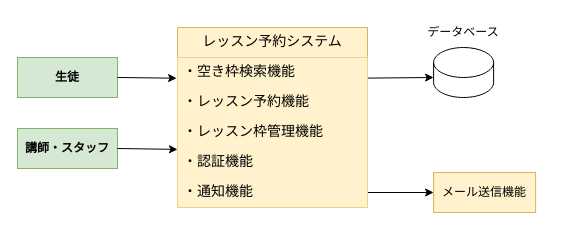
ka-sawabe/dev-process-study-notes keeps this draw.io diagram as 1_要件定義/07_システム構成概要.dio. Above is the earlier version. Source tidied: cells renumbered, new cells numbered last; positions are measured from the earlier drawing's top-left corner, leaving out a move shared by most shapes. Both pictures are drawn from the tidied source at 100%, with x=0, y=0 at pixel (17, 17).
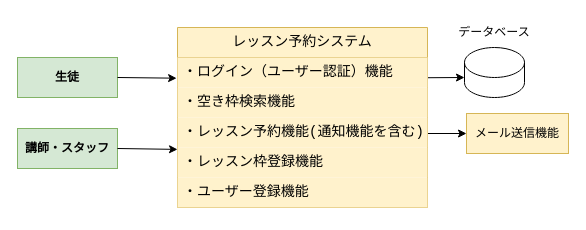
The same page after the edit.

What changed in the source:
```diff
@@
 <mxGraphModel>
   <root>
     <mxCell id="0" />
     <mxCell id="1" parent="0" />
     <mxCell id="2" style="shape=cylinder3;whiteSpace=wrap;html=1;boundedLbl=1;backgroundOutline=1;size=15;" parent="1" vertex="1">
-      <mxGeometry x="416.1" y="30" width="60" height="50" as="geometry" />
+      <mxGeometry x="447" y="30" width="60" height="50" as="geometry" />
     </mxCell>
     <mxCell id="3" value="生徒" style="rounded=0;whiteSpace=wrap;html=1;fontStyle=1;fillColor=#d5e8d4;strokeColor=#82b366;" parent="1" vertex="1">
       <mxGeometry y="40" width="100" height="40" as="geometry" />
     </mxCell>
     <mxCell id="4" value="講師・スタッフ" style="rounded=0;whiteSpace=wrap;html=1;fontStyle=1;fillColor=#d5e8d4;strokeColor=#82b366;" parent="1" vertex="1">
       <mxGeometry y="111" width="100" height="40" as="geometry" />
     </mxCell>
     <mxCell id="5" style="endArrow=classic;html=1;exitX=1;exitY=0.5;exitDx=0;exitDy=0;entryX=-0.004;entryY=0.312;entryDx=0;entryDy=0;entryPerimeter=0;" parent="1" edge="1" source="3">
       <mxGeometry relative="1" as="geometry">
         <mxPoint x="159.1" y="60.7" as="targetPoint" />
       </mxGeometry>
     </mxCell>
     <mxCell id="6" style="endArrow=classic;html=1;exitX=1;exitY=0.5;exitDx=0;exitDy=0;entryX=0;entryY=0.75;entryDx=0;entryDy=0;" parent="1" edge="1" source="4">
       <mxGeometry relative="1" as="geometry">
         <mxPoint x="160" y="131.9" as="targetPoint" />
       </mxGeometry>
     </mxCell>
     <mxCell id="7" value="データベース" style="text;html=1;align=center;verticalAlign=middle;whiteSpace=wrap;rounded=0;" parent="1" vertex="1">
-      <mxGeometry x="406.1" width="80" height="30" as="geometry" />
+      <mxGeometry x="437" width="80" height="30" as="geometry" />
     </mxCell>
     <mxCell id="8" style="endArrow=classic;html=1;entryX=0;entryY=0;entryDx=0;entryDy=30;entryPerimeter=0;exitX=1;exitY=0.25;exitDx=0;exitDy=0;" parent="1" edge="1" target="2">
       <mxGeometry relative="1" as="geometry">
         <mxPoint x="350" y="60.6" as="sourcePoint" />
       </mxGeometry>
     </mxCell>
     <mxCell id="9" value="メール送信機能" style="rounded=0;whiteSpace=wrap;html=1;fillColor=#fff2cc;strokeColor=#d6b656;" parent="1" vertex="1">
-      <mxGeometry x="416.1" y="155" width="102" height="40" as="geometry" />
+      <mxGeometry x="449" y="96" width="102" height="40" as="geometry" />
     </mxCell>
-    <mxCell id="10" style="endArrow=classic;html=1;entryX=0;entryY=0.5;entryDx=0;entryDy=0;exitX=1;exitY=0.5;exitDx=0;exitDy=0;" parent="1" edge="1" source="16" target="9">
-      <mxGeometry relative="1" as="geometry" />
+    <mxCell id="10" style="endArrow=classic;html=1;entryX=0;entryY=0.5;entryDx=0;entryDy=0;exitX=1;exitY=0.5;exitDx=0;exitDy=0;" parent="1" edge="1" target="9">
+      <mxGeometry relative="1" as="geometry">
+        <mxPoint x="410" y="116" as="sourcePoint" />
+      </mxGeometry>
     </mxCell>
     <mxCell id="11" value="&lt;div style=&quot;color: rgb(0, 0, 0); font-family: Consolas, &amp;quot;Courier New&amp;quot;, monospace; font-size: 14px; line-height: 19px; white-space: pre;&quot;&gt;&lt;span style=&quot;color: #000000;&quot;&gt;レッスン予約システム&lt;/span&gt;&lt;/div&gt;" style="swimlane;fontStyle=0;horizontal=1;startSize=30;whiteSpace=wrap;html=1;fillColor=#fff2cc;strokeColor=#d6b656;labelBackgroundColor=none;" parent="1" vertex="1">
-      <mxGeometry x="160" y="10" width="190" height="180" as="geometry" />
+      <mxGeometry x="160" y="10" width="250" height="180" as="geometry" />
     </mxCell>
+    <mxCell id="15" value="&lt;div style=&quot;color: rgb(0, 0, 0); font-family: Consolas, &amp;quot;Courier New&amp;quot;, monospace; font-size: 14px; line-height: 19px; white-space: pre;&quot;&gt;&lt;span style=&quot;color: rgb(0, 0, 0);&quot;&gt;・ログイン（ユーザー認証&lt;/span&gt;&lt;span style=&quot;color: rgb(0, 0, 0); background-color: transparent;&quot;&gt;）&lt;/span&gt;&lt;span style=&quot;background-color: transparent;&quot;&gt;機能&lt;/span&gt;&lt;/div&gt;" style="text;align=left;verticalAlign=middle;spacingLeft=4;spacingRight=4;overflow=hidden;whiteSpace=wrap;html=1;fillColor=#fff2cc;strokeColor=none;labelBackgroundColor=none;" parent="11" vertex="1">
+      <mxGeometry y="30" width="250" height="30" as="geometry" />
+    </mxCell>
     <mxCell id="12" value="&lt;div style=&quot;color: rgb(0, 0, 0); font-family: Consolas, &amp;quot;Courier New&amp;quot;, monospace; font-size: 14px; line-height: 19px; white-space: pre;&quot;&gt;&lt;span style=&quot;color: #000000;&quot;&gt;・空き枠検索機能&lt;/span&gt;&lt;/div&gt;" style="text;align=left;verticalAlign=middle;spacingLeft=4;spacingRight=4;overflow=hidden;whiteSpace=wrap;html=1;fillColor=#fff2cc;strokeColor=none;labelBackgroundColor=none;" parent="11" vertex="1">
-      <mxGeometry y="30" width="190" height="30" as="geometry" />
+      <mxGeometry y="60" width="250" height="30" as="geometry" />
     </mxCell>
-    <mxCell id="13" value="&lt;div style=&quot;color: rgb(0, 0, 0); font-family: Consolas, &amp;quot;Courier New&amp;quot;, monospace; font-size: 14px; line-height: 19px; white-space: pre;&quot;&gt;&lt;span style=&quot;color: #000000;&quot;&gt;・レッスン予約機能&lt;/span&gt;&lt;/div&gt;" style="text;align=left;verticalAlign=middle;spacingLeft=4;spacingRight=4;overflow=hidden;whiteSpace=wrap;html=1;fillColor=#fff2cc;strokeColor=none;labelBackgroundColor=none;" parent="11" vertex="1">
-      <mxGeometry y="60" width="190" height="30" as="geometry" />
+    <mxCell id="13" value="&lt;div style=&quot;color: rgb(0, 0, 0); font-family: Consolas, &amp;quot;Courier New&amp;quot;, monospace; font-size: 14px; line-height: 19px; white-space: pre;&quot;&gt;&lt;span style=&quot;color: rgb(0, 0, 0);&quot;&gt;・レッスン予約機能(通知機能を含む)&lt;/span&gt;&lt;/div&gt;" style="text;align=left;verticalAlign=middle;spacingLeft=4;spacingRight=4;overflow=hidden;whiteSpace=wrap;html=1;fillColor=#fff2cc;strokeColor=none;labelBackgroundColor=none;" parent="11" vertex="1">
+      <mxGeometry y="90" width="250" height="30" as="geometry" />
     </mxCell>
-    <mxCell id="14" value="&lt;div style=&quot;color: rgb(0, 0, 0); font-family: Consolas, &amp;quot;Courier New&amp;quot;, monospace; font-size: 14px; line-height: 19px; white-space: pre;&quot;&gt;&lt;span style=&quot;color: #000000;&quot;&gt;・レッスン枠管理機能&lt;/span&gt;&lt;/div&gt;" style="text;align=left;verticalAlign=middle;spacingLeft=4;spacingRight=4;overflow=hidden;whiteSpace=wrap;html=1;fillColor=#fff2cc;strokeColor=none;labelBackgroundColor=none;" parent="11" vertex="1">
-      <mxGeometry y="90" width="190" height="30" as="geometry" />
+    <mxCell id="14" value="&lt;div style=&quot;color: rgb(0, 0, 0); font-family: Consolas, &amp;quot;Courier New&amp;quot;, monospace; font-size: 14px; line-height: 19px; white-space: pre;&quot;&gt;&lt;span style=&quot;color: rgb(0, 0, 0);&quot;&gt;・レッスン枠登録機能&lt;/span&gt;&lt;/div&gt;" style="text;align=left;verticalAlign=middle;spacingLeft=4;spacingRight=4;overflow=hidden;whiteSpace=wrap;html=1;fillColor=#fff2cc;strokeColor=none;labelBackgroundColor=none;" parent="11" vertex="1">
+      <mxGeometry y="120" width="250" height="30" as="geometry" />
     </mxCell>
-    <mxCell id="15" value="&lt;div style=&quot;color: rgb(0, 0, 0); font-family: Consolas, &amp;quot;Courier New&amp;quot;, monospace; font-size: 14px; line-height: 19px; white-space: pre;&quot;&gt;&lt;span style=&quot;color: #000000;&quot;&gt;・認証機能&lt;/span&gt;&lt;/div&gt;" style="text;align=left;verticalAlign=middle;spacingLeft=4;spacingRight=4;overflow=hidden;whiteSpace=wrap;html=1;fillColor=#fff2cc;strokeColor=none;labelBackgroundColor=none;" parent="11" vertex="1">
-      <mxGeometry y="120" width="190" height="30" as="geometry" />
-    </mxCell>
-    <mxCell id="16" value="&lt;div style=&quot;color: rgb(0, 0, 0); font-family: Consolas, &amp;quot;Courier New&amp;quot;, monospace; font-size: 14px; line-height: 19px; white-space: pre;&quot;&gt;&lt;span style=&quot;color: #000000;&quot;&gt;・通知機能&lt;/span&gt;&lt;/div&gt;" style="text;align=left;verticalAlign=middle;spacingLeft=4;spacingRight=4;overflow=hidden;points=[[0,0.5],[1,0.5]];portConstraint=eastwest;whiteSpace=wrap;html=1;fillColor=#fff2cc;strokeColor=none;labelBackgroundColor=none;" parent="11" vertex="1">
-      <mxGeometry y="150" width="190" height="30" as="geometry" />
-    </mxCell>
+    <mxCell id="17" value="&lt;div style=&quot;color: rgb(0, 0, 0); font-family: Consolas, &amp;quot;Courier New&amp;quot;, monospace; font-size: 14px; line-height: 19px; white-space: pre;&quot;&gt;&lt;span style=&quot;color: rgb(0, 0, 0);&quot;&gt;・ユーザー登録機能&lt;/span&gt;&lt;/div&gt;" style="text;align=left;verticalAlign=middle;spacingLeft=4;spacingRight=4;overflow=hidden;whiteSpace=wrap;html=1;fillColor=#fff2cc;strokeColor=none;labelBackgroundColor=none;" parent="11" vertex="1">
+      <mxGeometry y="150" width="250" height="30" as="geometry" />
+    </mxCell>
   </root>
 </mxGraphModel>
```
